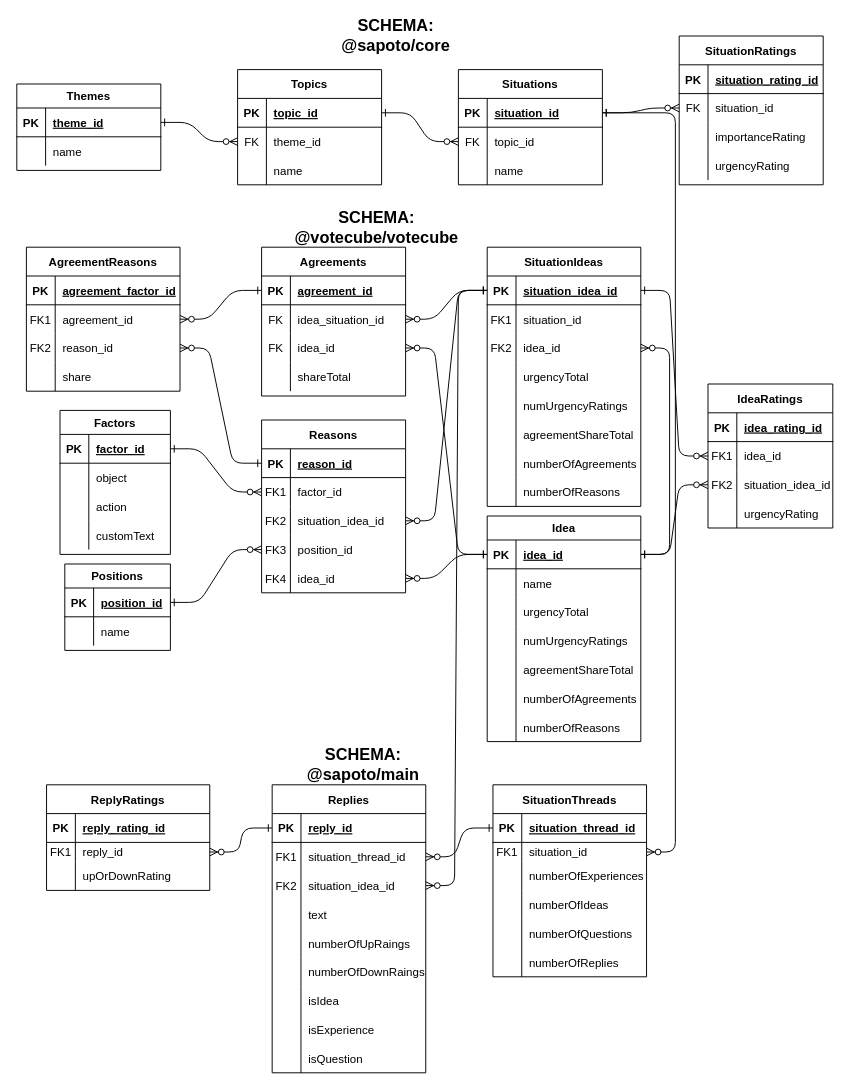
The draw.io diagram apps/entity-relationship-diagram.drawio in Past-The-War-Earth/sapoto.net, before the edit. Source tidied: cells renumbered, new cells numbered last; positions are measured from the earlier drawing's top-left corner, leaving out a move shared by most shapes. Both pictures are drawn from the tidied source at 96%, with x=0, y=0 at pixel (16, 16).
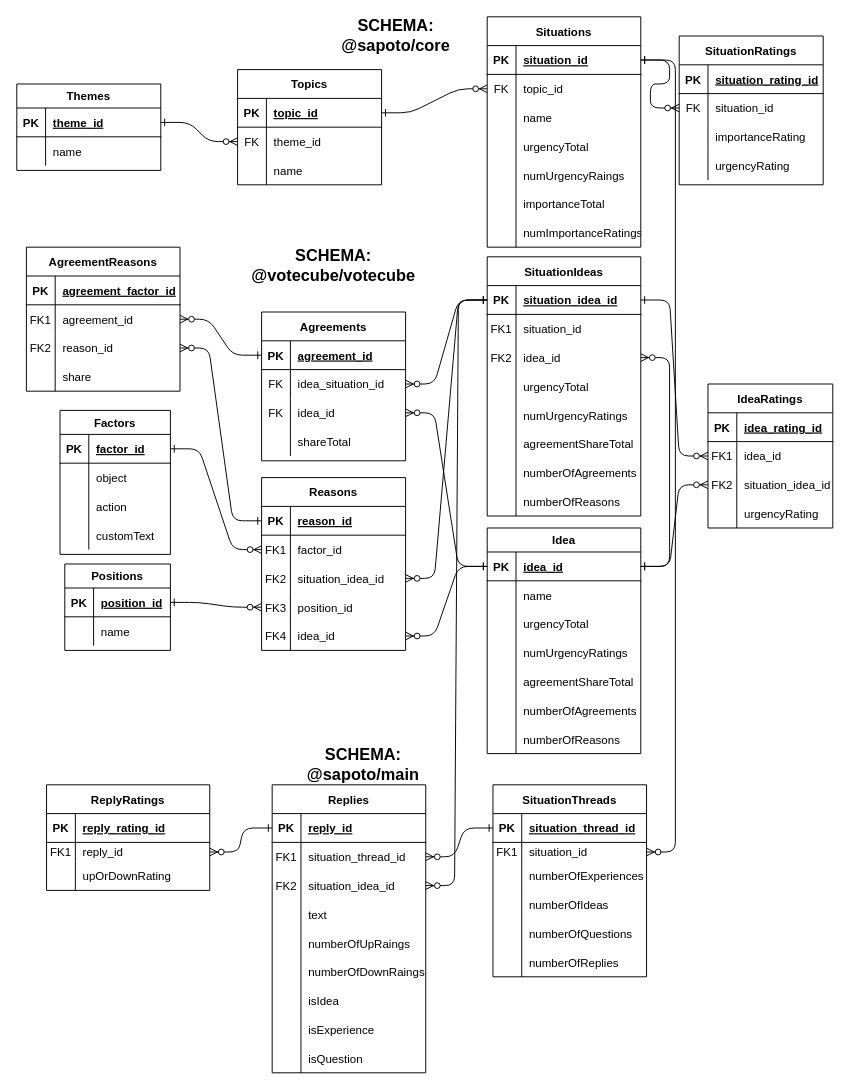
After the change.

What changed in the source:
```diff
@@
     <mxCell id="50" value="Situations" style="shape=table;startSize=30;childLayout=tableLayout;rowLines=0;fontStyle=1;align=center;" parent="1" vertex="1">
-      <mxGeometry x="460" y="55" width="150" height="120" as="geometry" />
+      <mxGeometry x="490" width="160" height="240" as="geometry" />
     </mxCell>
     <mxCell id="51" style="shape=partialRectangle;fillColor=none;points=[[0,0.5],[1,0.5]];portConstraint=eastwest;top=0;left=0;right=0;bottom=1;" parent="50" vertex="1">
-      <mxGeometry y="30" width="150" height="30" as="geometry" />
+      <mxGeometry y="30" width="160" height="30" as="geometry" />
     </mxCell>
@@
     <mxCell id="53" value="situation_id" style="shape=partialRectangle;overflow=hidden;fillColor=none;top=0;left=0;bottom=0;right=0;align=left;spacingLeft=6;fontStyle=5;" parent="51" vertex="1">
-      <mxGeometry x="30" width="120" height="30" as="geometry" />
+      <mxGeometry x="30" width="130" height="30" as="geometry" />
     </mxCell>
     <mxCell id="54" style="shape=partialRectangle;fillColor=none;points=[[0,0.5],[1,0.5]];portConstraint=eastwest;top=0;left=0;right=0;bottom=0;" parent="50" vertex="1">
-      <mxGeometry y="60" width="150" height="30" as="geometry" />
+      <mxGeometry y="60" width="160" height="30" as="geometry" />
     </mxCell>
@@
     <mxCell id="56" value="topic_id" style="shape=partialRectangle;overflow=hidden;fillColor=none;top=0;left=0;bottom=0;right=0;align=left;spacingLeft=6;" parent="54" vertex="1">
-      <mxGeometry x="30" width="120" height="30" as="geometry" />
+      <mxGeometry x="30" width="130" height="30" as="geometry" />
     </mxCell>
     <mxCell id="57" style="shape=partialRectangle;fillColor=none;top=0;left=0;right=0;bottom=0;" parent="50" vertex="1">
-      <mxGeometry y="90" width="150" height="30" as="geometry" />
+      <mxGeometry y="90" width="160" height="30" as="geometry" />
     </mxCell>
@@
     <mxCell id="59" value="name" style="shape=partialRectangle;overflow=hidden;fillColor=none;top=0;left=0;bottom=0;right=0;align=left;spacingLeft=6;" parent="57" vertex="1">
-      <mxGeometry x="30" width="120" height="30" as="geometry" />
+      <mxGeometry x="30" width="130" height="30" as="geometry" />
     </mxCell>
+    <mxCell id="242" style="shape=partialRectangle;fillColor=none;top=0;left=0;right=0;bottom=0;" parent="50" vertex="1">
+      <mxGeometry y="120" width="160" height="30" as="geometry" />
+    </mxCell>
+    <mxCell id="243" style="shape=partialRectangle;overflow=hidden;fillColor=none;top=0;left=0;bottom=0;right=0;" parent="242" vertex="1">
+      <mxGeometry width="30" height="30" as="geometry" />
+    </mxCell>
+    <mxCell id="244" value="urgencyTotal" style="shape=partialRectangle;overflow=hidden;fillColor=none;top=0;left=0;bottom=0;right=0;align=left;spacingLeft=6;" parent="242" vertex="1">
+      <mxGeometry x="30" width="130" height="30" as="geometry" />
+    </mxCell>
+    <mxCell id="245" style="shape=partialRectangle;fillColor=none;top=0;left=0;right=0;bottom=0;" parent="50" vertex="1">
+      <mxGeometry y="150" width="160" height="30" as="geometry" />
+    </mxCell>
+    <mxCell id="246" style="shape=partialRectangle;overflow=hidden;fillColor=none;top=0;left=0;bottom=0;right=0;" parent="245" vertex="1">
+      <mxGeometry width="30" height="30" as="geometry" />
+    </mxCell>
+    <mxCell id="247" value="numUrgencyRaings" style="shape=partialRectangle;overflow=hidden;fillColor=none;top=0;left=0;bottom=0;right=0;align=left;spacingLeft=6;" parent="245" vertex="1">
+      <mxGeometry x="30" width="130" height="30" as="geometry" />
+    </mxCell>
+    <mxCell id="248" style="shape=partialRectangle;fillColor=none;top=0;left=0;right=0;bottom=0;" parent="50" vertex="1">
+      <mxGeometry y="180" width="160" height="30" as="geometry" />
+    </mxCell>
+    <mxCell id="249" style="shape=partialRectangle;overflow=hidden;fillColor=none;top=0;left=0;bottom=0;right=0;" parent="248" vertex="1">
+      <mxGeometry width="30" height="30" as="geometry" />
+    </mxCell>
+    <mxCell id="250" value="importanceTotal" style="shape=partialRectangle;overflow=hidden;fillColor=none;top=0;left=0;bottom=0;right=0;align=left;spacingLeft=6;" parent="248" vertex="1">
+      <mxGeometry x="30" width="130" height="30" as="geometry" />
+    </mxCell>
+    <mxCell id="251" style="shape=partialRectangle;fillColor=none;top=0;left=0;right=0;bottom=0;" parent="50" vertex="1">
+      <mxGeometry y="210" width="160" height="30" as="geometry" />
+    </mxCell>
+    <mxCell id="252" style="shape=partialRectangle;overflow=hidden;fillColor=none;top=0;left=0;bottom=0;right=0;" parent="251" vertex="1">
+      <mxGeometry width="30" height="30" as="geometry" />
+    </mxCell>
+    <mxCell id="253" value="numImportanceRatings" style="shape=partialRectangle;overflow=hidden;fillColor=none;top=0;left=0;bottom=0;right=0;align=left;spacingLeft=6;" parent="251" vertex="1">
+      <mxGeometry x="30" width="130" height="30" as="geometry" />
+    </mxCell>
     <mxCell id="60" value="SituationIdeas" style="shape=table;startSize=30;childLayout=tableLayout;rowLines=0;fontStyle=1;align=center;" parent="1" vertex="1">
-      <mxGeometry x="490" y="240" width="160" height="270" as="geometry" />
+      <mxGeometry x="490" y="250" width="160" height="270" as="geometry" />
     </mxCell>
@@
     <mxCell id="118" value="Idea" style="shape=table;startSize=25;childLayout=tableLayout;rowLines=0;fontStyle=1;align=center;" parent="1" vertex="1">
-      <mxGeometry x="490" y="520" width="160" height="235" as="geometry" />
+      <mxGeometry x="490" y="532.5" width="160" height="235" as="geometry" />
     </mxCell>
@@
     <mxCell id="141" value="Agreements" style="shape=table;startSize=30;childLayout=tableLayout;rowLines=0;fontStyle=1;align=center;" parent="1" vertex="1">
-      <mxGeometry x="255" y="240" width="150" height="155" as="geometry" />
+      <mxGeometry x="255" y="307.5" width="150" height="155" as="geometry" />
     </mxCell>
@@
     <mxCell id="169" value="Reasons" style="shape=table;startSize=30;childLayout=tableLayout;rowLines=0;fontStyle=1;align=center;" parent="1" vertex="1">
-      <mxGeometry x="255" y="420" width="150" height="180" as="geometry" />
+      <mxGeometry x="255" y="480" width="150" height="180" as="geometry" />
     </mxCell>
@@
     <mxCell id="222" value="SCHEMA: @votecube/votecube" style="text;html=1;strokeColor=none;fillColor=none;align=center;verticalAlign=middle;whiteSpace=wrap;rounded=0;fontStyle=1;fontSize=17;" parent="1" vertex="1">
-      <mxGeometry x="290" y="200" width="170" height="40" as="geometry" />
+      <mxGeometry x="245" y="250" width="170" height="20" as="geometry" />
     </mxCell>
```
